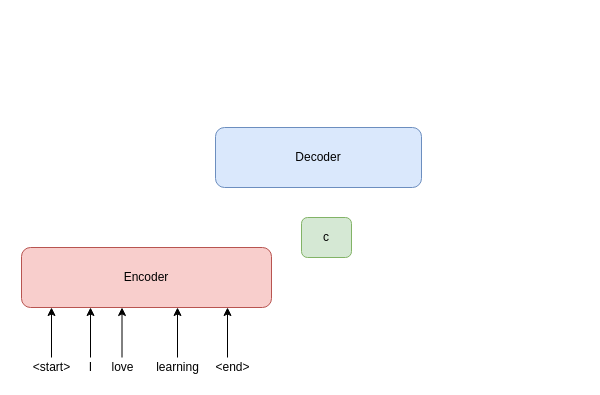
Earlier version of the draw.io diagram Untitled Diagram.drawio (ElegyEE/drawio). Source tidied: cells renumbered, new cells numbered last; positions are measured from the earlier drawing's top-left corner, leaving out a move shared by most shapes. Both pictures are drawn from the tidied source at 100%, with x=0, y=0 at pixel (21, 127).
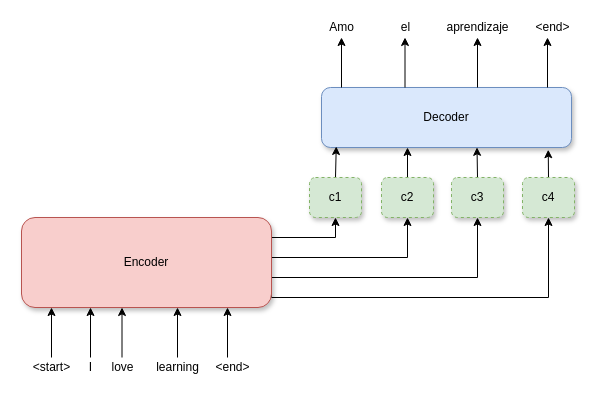
The same page after the edit.

Commit message:
encoder-decoder-attention

Change to the diagram source:
```diff
@@
+    <mxCell id="15" style="edgeStyle=orthogonalEdgeStyle;rounded=0;jettySize=auto;html=1;exitX=1;exitY=0.25;exitDx=0;exitDy=0;entryX=0.5;entryY=1;entryDx=0;entryDy=0;fontSize=12;" parent="1" edge="1" source="2" target="14">
+      <mxGeometry relative="1" as="geometry">
+        <Array as="points">
+          <mxPoint x="250" y="110" />
+          <mxPoint x="314" y="110" />
+        </Array>
+      </mxGeometry>
+    </mxCell>
+    <mxCell id="16" style="edgeStyle=orthogonalEdgeStyle;rounded=0;jettySize=auto;html=1;exitX=1;exitY=0.5;exitDx=0;exitDy=0;entryX=0.5;entryY=1;entryDx=0;entryDy=0;fontSize=12;" parent="1" edge="1" source="2" target="29">
+      <mxGeometry relative="1" as="geometry">
+        <Array as="points">
+          <mxPoint x="250" y="130" />
+          <mxPoint x="386" y="130" />
+        </Array>
+      </mxGeometry>
+    </mxCell>
+    <mxCell id="17" style="edgeStyle=orthogonalEdgeStyle;rounded=0;jettySize=auto;html=1;exitX=1;exitY=0.75;exitDx=0;exitDy=0;entryX=0.5;entryY=1;entryDx=0;entryDy=0;fontSize=12;" parent="1" edge="1" source="2" target="31">
+      <mxGeometry relative="1" as="geometry">
+        <Array as="points">
+          <mxPoint x="250" y="150" />
+          <mxPoint x="456" y="150" />
+        </Array>
+      </mxGeometry>
+    </mxCell>
+    <mxCell id="18" style="edgeStyle=orthogonalEdgeStyle;rounded=0;jettySize=auto;html=1;exitX=1;exitY=0.75;exitDx=0;exitDy=0;entryX=0.5;entryY=1;entryDx=0;entryDy=0;fontSize=12;" parent="1" edge="1" source="2" target="33">
+      <mxGeometry relative="1" as="geometry">
+        <Array as="points">
+          <mxPoint x="250" y="170" />
+          <mxPoint x="527" y="170" />
+        </Array>
+      </mxGeometry>
+    </mxCell>
-    <mxCell id="2" value="Encoder" style="rounded=1;whiteSpace=wrap;html=1;fillColor=#f8cecc;strokeColor=#b85450;" parent="1" vertex="1">
-      <mxGeometry y="120" width="250" height="60" as="geometry" />
+    <mxCell id="2" value="Encoder" style="rounded=1;whiteSpace=wrap;html=1;fillColor=#f8cecc;strokeColor=#b85450;fontSize=12;shadow=1;" parent="1" vertex="1">
+      <mxGeometry y="90" width="250" height="90" as="geometry" />
     </mxCell>
-    <mxCell id="3" value="Decoder" style="rounded=1;whiteSpace=wrap;html=1;fillColor=#dae8fc;strokeColor=#6c8ebf;" parent="1" vertex="1">
-      <mxGeometry x="194" width="206" height="60" as="geometry" />
+    <mxCell id="3" value="Decoder" style="rounded=1;whiteSpace=wrap;html=1;fillColor=#dae8fc;strokeColor=#6c8ebf;fontSize=12;shadow=1;" parent="1" vertex="1">
+      <mxGeometry x="300" y="-40" width="250" height="60" as="geometry" />
     </mxCell>
-    <mxCell id="4" style="endArrow=classic;html=1;rounded=0;" parent="1" edge="1">
+    <mxCell id="4" style="endArrow=classic;html=1;rounded=0;fontSize=12;" parent="1" edge="1">
       <mxGeometry relative="1" as="geometry">
         <mxPoint x="30" y="230" as="sourcePoint" />
         <mxPoint x="30" y="180" as="targetPoint" />
       </mxGeometry>
     </mxCell>
-    <mxCell id="5" style="endArrow=classic;html=1;rounded=0;" parent="1" edge="1">
+    <mxCell id="5" style="endArrow=classic;html=1;rounded=0;fontSize=12;" parent="1" edge="1">
       <mxGeometry relative="1" as="geometry">
         <mxPoint x="69" y="230" as="sourcePoint" />
         <mxPoint x="69" y="180" as="targetPoint" />
       </mxGeometry>
     </mxCell>
-    <mxCell id="6" style="endArrow=classic;html=1;rounded=0;" parent="1" edge="1">
+    <mxCell id="6" style="endArrow=classic;html=1;rounded=0;fontSize=12;" parent="1" edge="1">
       <mxGeometry relative="1" as="geometry">
         <mxPoint x="100.5" y="230" as="sourcePoint" />
         <mxPoint x="100.5" y="180" as="targetPoint" />
       </mxGeometry>
     </mxCell>
-    <mxCell id="7" style="endArrow=classic;html=1;rounded=0;" parent="1" edge="1">
+    <mxCell id="7" style="endArrow=classic;html=1;rounded=0;fontSize=12;" parent="1" edge="1">
       <mxGeometry relative="1" as="geometry">
         <mxPoint x="156" y="230" as="sourcePoint" />
         <mxPoint x="156" y="180" as="targetPoint" />
       </mxGeometry>
     </mxCell>
-    <mxCell id="8" style="endArrow=classic;html=1;rounded=0;" parent="1" edge="1">
+    <mxCell id="8" style="endArrow=classic;html=1;rounded=0;fontSize=12;" parent="1" edge="1">
       <mxGeometry relative="1" as="geometry">
         <mxPoint x="206" y="230" as="sourcePoint" />
         <mxPoint x="206" y="180" as="targetPoint" />
       </mxGeometry>
     </mxCell>
-    <mxCell id="9" value="&amp;lt;start&amp;gt;" style="text;html=1;align=center;verticalAlign=middle;strokeColor=none;fillColor=none;" parent="1" vertex="1">
+    <mxCell id="9" value="&amp;lt;start&amp;gt;" style="text;html=1;align=center;verticalAlign=middle;strokeColor=none;fillColor=none;fontSize=12;" parent="1" vertex="1">
       <mxGeometry y="230" width="60" height="20" as="geometry" />
     </mxCell>
-    <mxCell id="10" value="I" style="text;html=1;align=center;verticalAlign=middle;strokeColor=none;fillColor=none;" parent="1" vertex="1">
+    <mxCell id="10" value="I" style="text;html=1;align=center;verticalAlign=middle;strokeColor=none;fillColor=none;fontSize=12;" parent="1" vertex="1">
       <mxGeometry x="59" y="230" width="20" height="20" as="geometry" />
     </mxCell>
-    <mxCell id="11" value="love" style="text;html=1;align=center;verticalAlign=middle;strokeColor=none;fillColor=none;" parent="1" vertex="1">
+    <mxCell id="11" value="love" style="text;html=1;align=center;verticalAlign=middle;strokeColor=none;fillColor=none;fontSize=12;" parent="1" vertex="1">
       <mxGeometry x="81" y="230" width="40" height="20" as="geometry" />
     </mxCell>
-    <mxCell id="12" value="learning" style="text;html=1;align=center;verticalAlign=middle;strokeColor=none;fillColor=none;" parent="1" vertex="1">
+    <mxCell id="12" value="learning" style="text;html=1;align=center;verticalAlign=middle;strokeColor=none;fillColor=none;fontSize=12;" parent="1" vertex="1">
       <mxGeometry x="121" y="230" width="70" height="20" as="geometry" />
     </mxCell>
-    <mxCell id="13" value="&amp;lt;end&amp;gt;" style="text;html=1;align=center;verticalAlign=middle;strokeColor=none;fillColor=none;" parent="1" vertex="1">
+    <mxCell id="13" value="&amp;lt;end&amp;gt;" style="text;html=1;align=center;verticalAlign=middle;strokeColor=none;fillColor=none;fontSize=12;" parent="1" vertex="1">
       <mxGeometry x="181" y="230" width="60" height="20" as="geometry" />
     </mxCell>
+    <mxCell id="19" style="edgeStyle=orthogonalEdgeStyle;rounded=0;jettySize=auto;html=1;exitX=0.5;exitY=0;exitDx=0;exitDy=0;entryX=0.059;entryY=0.983;entryDx=0;entryDy=0;entryPerimeter=0;fontSize=12;" parent="1" edge="1" source="14" target="3">
+      <mxGeometry relative="1" as="geometry" />
+    </mxCell>
-    <mxCell id="14" value="c" style="rounded=1;whiteSpace=wrap;html=1;fillColor=#d5e8d4;strokeColor=#82b366;" parent="1" vertex="1">
-      <mxGeometry x="280" y="90" width="50" height="40" as="geometry" />
+    <mxCell id="14" value="c1" style="rounded=1;whiteSpace=wrap;html=1;fillColor=#d5e8d4;strokeColor=#82b366;fontSize=12;shadow=1;dashed=1;" parent="1" vertex="1">
+      <mxGeometry x="288" y="50" width="52" height="40" as="geometry" />
     </mxCell>
+    <mxCell id="20" style="endArrow=classic;html=1;rounded=0;fontSize=12;" parent="1" edge="1">
+      <mxGeometry relative="1" as="geometry">
+        <mxPoint x="320" y="-40" as="sourcePoint" />
+        <mxPoint x="320" y="-90" as="targetPoint" />
+      </mxGeometry>
+    </mxCell>
+    <mxCell id="21" style="endArrow=classic;html=1;rounded=0;fontSize=12;" parent="1" edge="1">
+      <mxGeometry relative="1" as="geometry">
+        <mxPoint x="383.5" y="-40" as="sourcePoint" />
+        <mxPoint x="383.5" y="-90" as="targetPoint" />
+      </mxGeometry>
+    </mxCell>
+    <mxCell id="22" style="endArrow=classic;html=1;rounded=0;fontSize=12;" parent="1" edge="1">
+      <mxGeometry relative="1" as="geometry">
+        <mxPoint x="456" y="-40" as="sourcePoint" />
+        <mxPoint x="456" y="-90" as="targetPoint" />
+      </mxGeometry>
+    </mxCell>
+    <mxCell id="23" style="endArrow=classic;html=1;rounded=0;fontSize=12;" parent="1" edge="1">
+      <mxGeometry relative="1" as="geometry">
+        <mxPoint x="526" y="-40" as="sourcePoint" />
+        <mxPoint x="526" y="-90" as="targetPoint" />
+      </mxGeometry>
+    </mxCell>
+    <mxCell id="24" value="Amo" style="text;html=1;align=center;verticalAlign=middle;strokeColor=none;fillColor=none;fontSize=12;" parent="1" vertex="1">
+      <mxGeometry x="300" y="-110" width="40" height="20" as="geometry" />
+    </mxCell>
+    <mxCell id="25" value="el" style="text;html=1;align=center;verticalAlign=middle;strokeColor=none;fillColor=none;fontSize=12;" parent="1" vertex="1">
+      <mxGeometry x="369" y="-110" width="30" height="20" as="geometry" />
+    </mxCell>
+    <mxCell id="26" value="aprendizaje" style="text;html=1;align=center;verticalAlign=middle;strokeColor=none;fillColor=none;fontSize=12;" parent="1" vertex="1">
+      <mxGeometry x="411" y="-110" width="90" height="20" as="geometry" />
+    </mxCell>
+    <mxCell id="27" value="&amp;lt;end&amp;gt;" style="text;html=1;align=center;verticalAlign=middle;strokeColor=none;fillColor=none;fontSize=12;" parent="1" vertex="1">
+      <mxGeometry x="501" y="-110" width="60" height="20" as="geometry" />
+    </mxCell>
+    <mxCell id="28" style="edgeStyle=orthogonalEdgeStyle;rounded=0;jettySize=auto;html=1;exitX=0.5;exitY=0;exitDx=0;exitDy=0;entryX=0.344;entryY=1;entryDx=0;entryDy=0;entryPerimeter=0;fontSize=12;" parent="1" edge="1" source="29" target="3">
+      <mxGeometry relative="1" as="geometry" />
+    </mxCell>
+    <mxCell id="29" value="c2" style="rounded=1;whiteSpace=wrap;html=1;fillColor=#d5e8d4;strokeColor=#82b366;fontSize=12;shadow=1;dashed=1;" parent="1" vertex="1">
+      <mxGeometry x="360" y="50" width="52" height="40" as="geometry" />
+    </mxCell>
+    <mxCell id="30" style="edgeStyle=orthogonalEdgeStyle;rounded=0;jettySize=auto;html=1;exitX=0.5;exitY=0;exitDx=0;exitDy=0;entryX=0.622;entryY=0.997;entryDx=0;entryDy=0;entryPerimeter=0;fontSize=12;" parent="1" edge="1" source="31" target="3">
+      <mxGeometry relative="1" as="geometry" />
+    </mxCell>
+    <mxCell id="31" value="c3" style="rounded=1;whiteSpace=wrap;html=1;fillColor=#d5e8d4;strokeColor=#82b366;fontSize=12;shadow=1;dashed=1;" parent="1" vertex="1">
+      <mxGeometry x="430" y="50" width="52" height="40" as="geometry" />
+    </mxCell>
+    <mxCell id="32" style="edgeStyle=orthogonalEdgeStyle;rounded=0;jettySize=auto;html=1;exitX=0.5;exitY=0;exitDx=0;exitDy=0;entryX=0.907;entryY=1.037;entryDx=0;entryDy=0;entryPerimeter=0;fontSize=12;" parent="1" edge="1" source="33" target="3">
+      <mxGeometry relative="1" as="geometry" />
+    </mxCell>
+    <mxCell id="33" value="c4" style="rounded=1;whiteSpace=wrap;html=1;fillColor=#d5e8d4;strokeColor=#82b366;fontSize=12;shadow=1;dashed=1;" parent="1" vertex="1">
+      <mxGeometry x="501" y="50" width="52" height="40" as="geometry" />
+    </mxCell>
```
